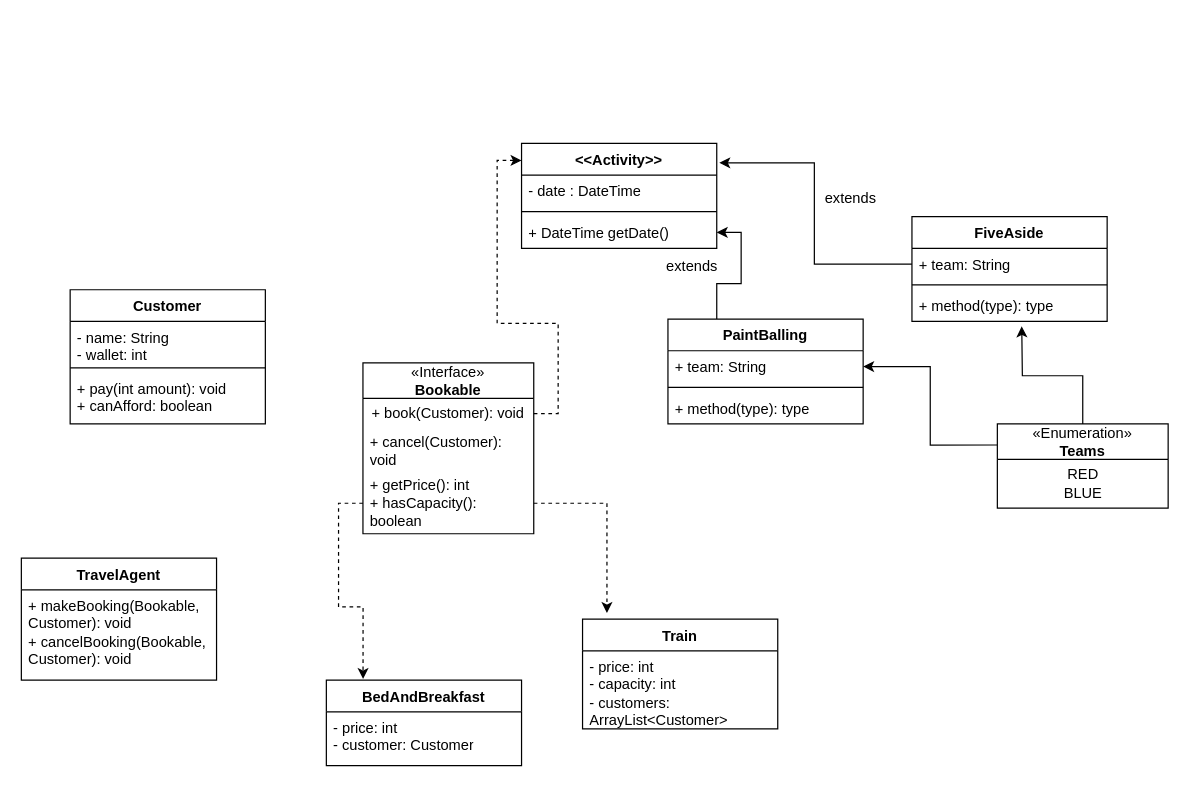
The draw.io diagram travel_agency_lab_diagram_MVP.drawio in thomaspeace/lab_travel_agent, before the edit. Source tidied: cells renumbered, new cells numbered last; positions are measured from the earlier drawing's top-left corner, leaving out a move shared by most shapes. Both pictures are drawn from the tidied source at 122%, with x=0, y=0 at pixel (21, 143).
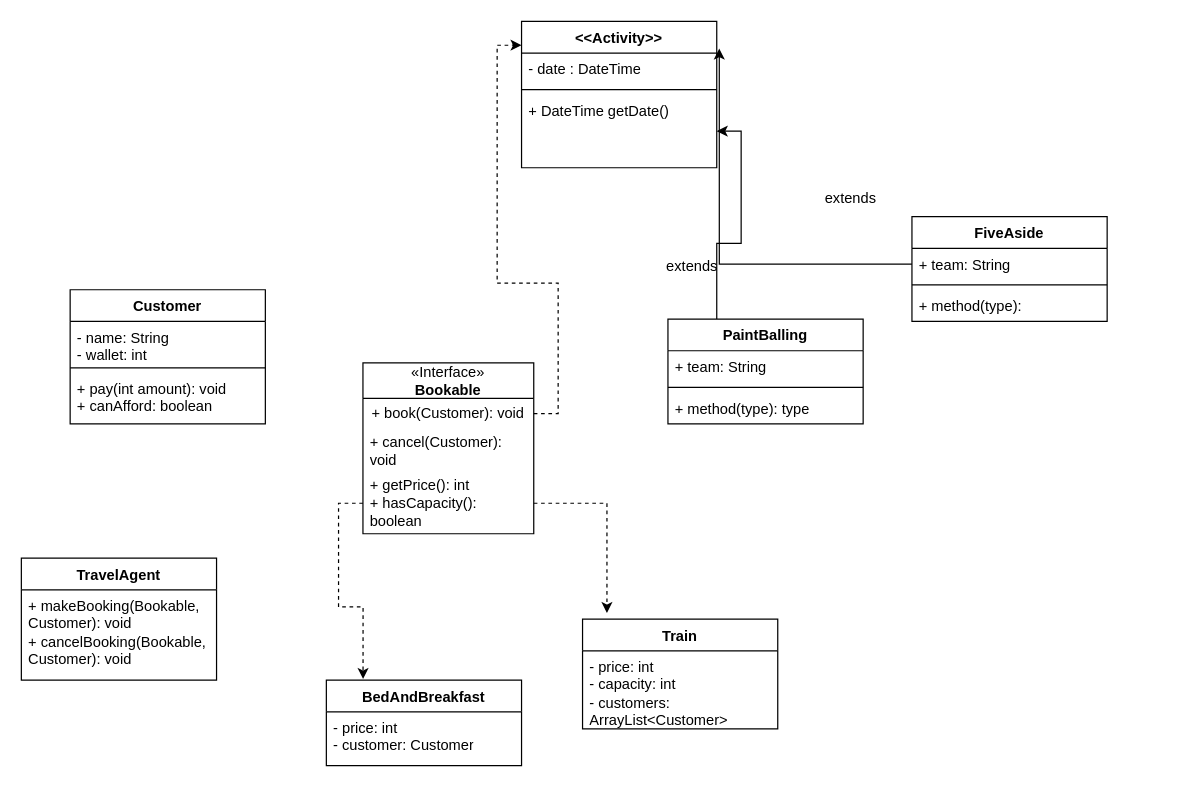
The same diagram, later.

Commit message (it also covers changes not shown here):
amend class diagram

Unchanged cells that the change refers to:
```xml
<mxCell id="23" value="FiveAside" style="swimlane;fontStyle=1;align=center;verticalAlign=top;horizontal=1;startSize=26;whiteSpace=wrap;html=1;" parent="1" vertex="1">
  <mxGeometry x="730" y="60" width="160" height="86" as="geometry" />
</mxCell>
<mxCell id="29" value="+ team: String" style="text;strokeColor=none;fillColor=none;align=left;verticalAlign=top;spacingLeft=4;spacingRight=4;overflow=hidden;points=[[0,0.5],[1,0.5]];portConstraint=eastwest;whiteSpace=wrap;html=1;" parent="28" vertex="1">
  <mxGeometry y="26" width="160" height="26" as="geometry" />
</mxCell>
```

What changed in the source:
```diff
@@
     <mxCell id="16" value="&amp;lt;&amp;lt;Activity&amp;gt;&amp;gt;" style="swimlane;fontStyle=1;align=center;verticalAlign=top;horizontal=1;startSize=26;whiteSpace=wrap;html=1;" parent="1" vertex="1">
-      <mxGeometry x="410" width="160" height="86" as="geometry" />
+      <mxGeometry x="410" y="-100" width="160" height="120" as="geometry" />
     </mxCell>
-    <mxCell id="17" value="- date : DateTime" style="text;strokeColor=none;fillColor=none;align=left;verticalAlign=top;spacingLeft=4;spacingRight=4;overflow=hidden;whiteSpace=wrap;html=1;" parent="16" vertex="1">
+    <mxCell id="17" value="- date : DateTime&lt;div&gt;&lt;br&gt;&lt;/div&gt;" style="text;strokeColor=none;fillColor=none;align=left;verticalAlign=top;spacingLeft=4;spacingRight=4;overflow=hidden;whiteSpace=wrap;html=1;" parent="16" vertex="1">
       <mxGeometry y="26" width="160" height="26" as="geometry" />
     </mxCell>
@@
     <mxCell id="19" value="+ DateTime getDate()" style="text;strokeColor=none;fillColor=none;align=left;verticalAlign=top;spacingLeft=4;spacingRight=4;overflow=hidden;points=[[0,0.5],[1,0.5]];portConstraint=eastwest;whiteSpace=wrap;html=1;" parent="16" vertex="1">
-      <mxGeometry y="60" width="160" height="26" as="geometry" />
+      <mxGeometry y="60" width="160" height="60" as="geometry" />
     </mxCell>
@@
-    <mxCell id="26" value="+ method(type): type" style="text;strokeColor=none;fillColor=none;align=left;verticalAlign=top;spacingLeft=4;spacingRight=4;overflow=hidden;whiteSpace=wrap;html=1;" parent="23" vertex="1">
+    <mxCell id="26" value="+ method(type):&amp;nbsp;" style="text;strokeColor=none;fillColor=none;align=left;verticalAlign=top;spacingLeft=4;spacingRight=4;overflow=hidden;whiteSpace=wrap;html=1;" parent="23" vertex="1">
       <mxGeometry y="60" width="160" height="26" as="geometry" />
     </mxCell>
@@
-    <mxCell id="35" style="edgeStyle=orthogonalEdgeStyle;rounded=0;jettySize=auto;html=1;exitX=0;exitY=0.25;exitDx=0;exitDy=0;entryX=1;entryY=0.5;entryDx=0;entryDy=0;" parent="1" edge="1" source="37" target="29">
-      <mxGeometry relative="1" as="geometry" />
-    </mxCell>
-    <mxCell id="36" style="edgeStyle=orthogonalEdgeStyle;rounded=0;jettySize=auto;html=1;exitX=0.5;exitY=0;exitDx=0;exitDy=0;" parent="1" edge="1" source="37">
-      <mxGeometry relative="1" as="geometry">
-        <mxPoint x="820" y="150" as="targetPoint" />
-      </mxGeometry>
-    </mxCell>
-    <mxCell id="37" value="&lt;span style=&quot;font-weight: 400;&quot;&gt;«Enumeration»&lt;/span&gt;&lt;br style=&quot;font-weight: 400;&quot;&gt;&lt;b&gt;Teams&lt;/b&gt;" style="swimlane;fontStyle=1;align=center;verticalAlign=middle;horizontal=1;startSize=29;html=1;whiteSpace=wrap;" parent="1" vertex="1">
-      <mxGeometry x="800" y="230" width="140" height="69" as="geometry" />
-    </mxCell>
-    <mxCell id="38" value="RED&lt;div&gt;BLUE&lt;/div&gt;" style="text;html=1;align=center;verticalAlign=middle;strokeColor=none;fillColor=none;" parent="37" vertex="1">
-      <mxGeometry y="29" width="140" height="40" as="geometry" />
-    </mxCell>
```
